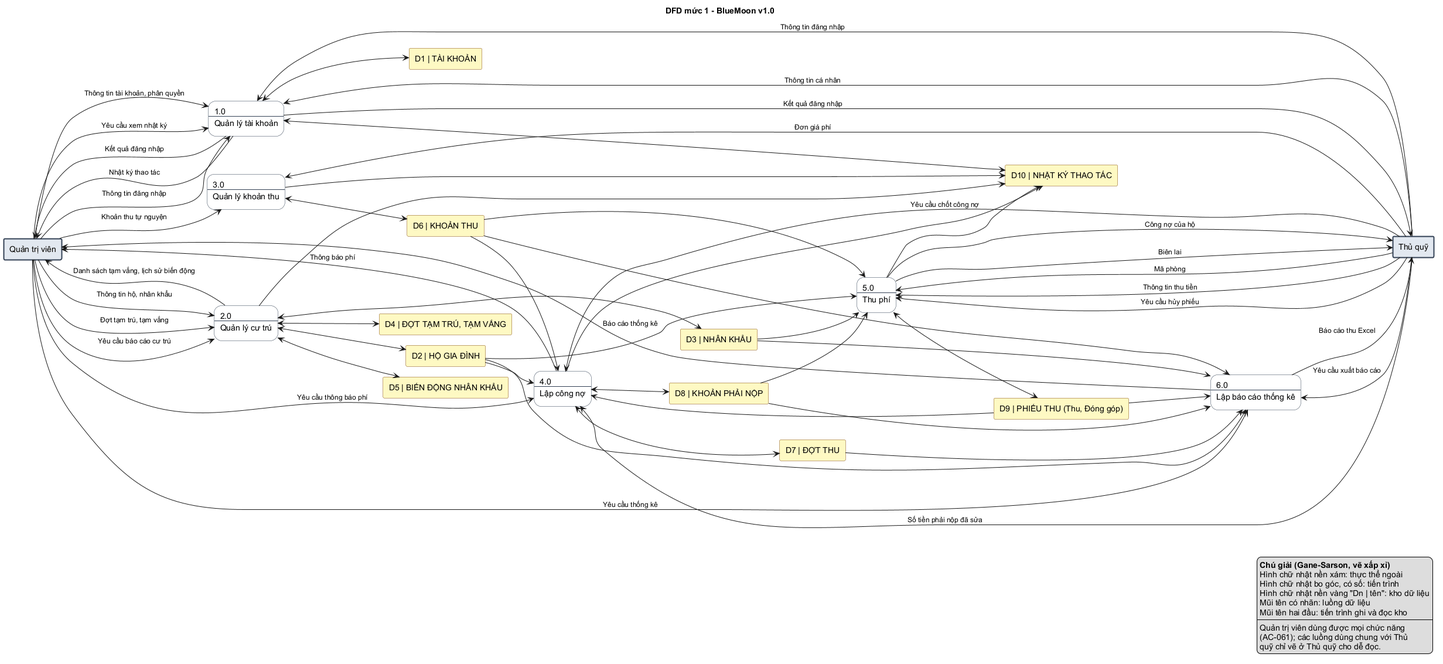
Above: docs/design/so-do/dfd-muc-1.png in khanhdoan4106/IT3180-NMCNPM-GR16-20261 (PlantUML), before the change. Its source is kept beside it as docs/design/so-do/dfd-muc-1.puml.
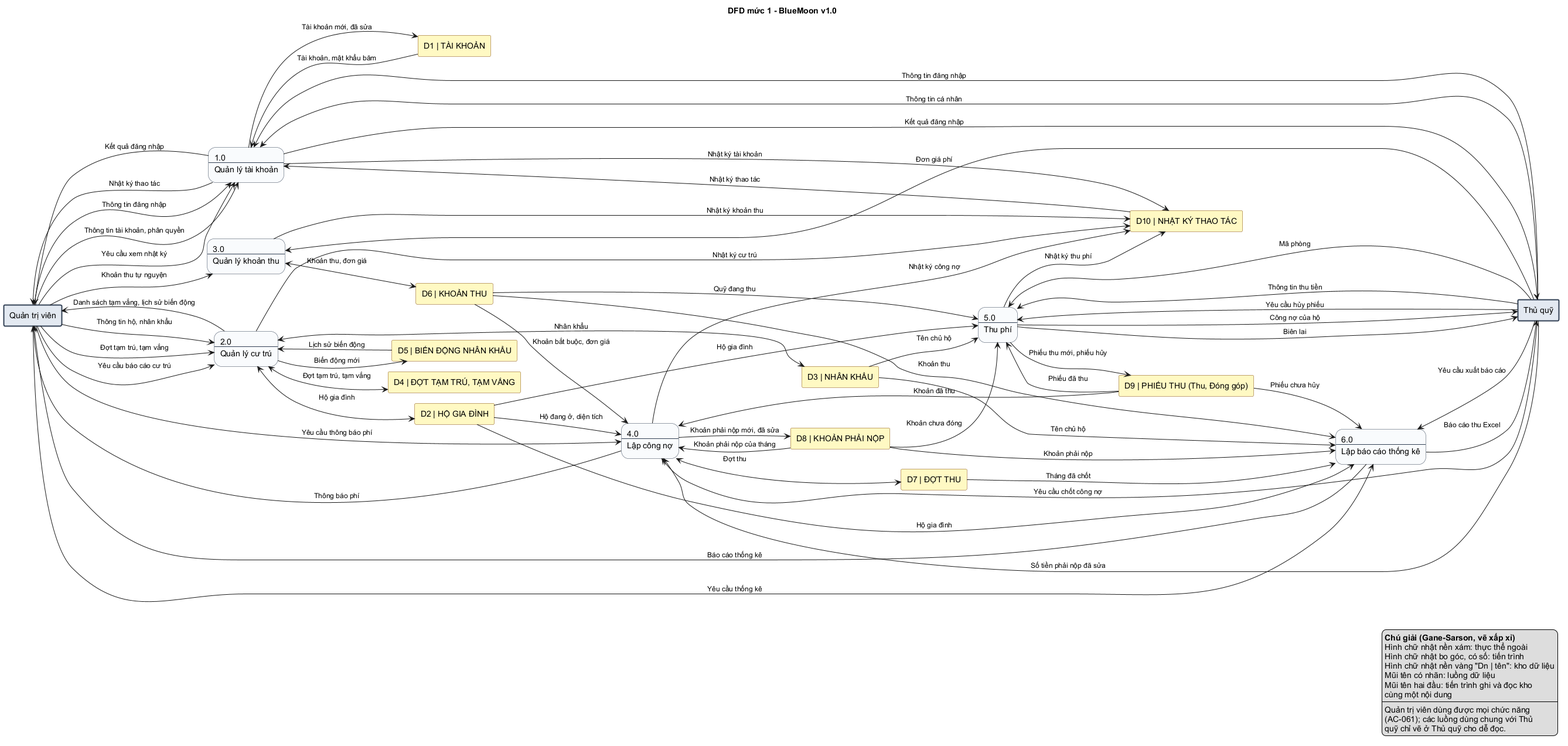
Above is the later version.

Commit message:
docs(so-do): đặt tên luồng kho trong DFD mức 1, cập nhật biểu đồ lớp model

The edit, as a diff of the source:
```diff
@@ -54,57 +54,62 @@
 P1 <-- TQ : Thông tin đăng nhập
 P1 <-- TQ : Thông tin cá nhân
 P1 --> TQ : Kết quả đăng nhập
-P1 <--> D1
-P1 <--> D10
+P1 --> D1 : Tài khoản mới, đã sửa
+D1 --> P1 : Tài khoản, mật khẩu băm
+P1 --> D10 : Nhật ký tài khoản
+D10 --> P1 : Nhật ký thao tác
 
 QT --> P2 : Thông tin hộ, nhân khẩu
 QT --> P2 : Đợt tạm trú, tạm vắng
 QT --> P2 : Yêu cầu báo cáo cư trú
 P2 --> QT : Danh sách tạm vắng, lịch sử biến động
-P2 <--> D2
-P2 <--> D3
-P2 <--> D4
-P2 <--> D5
-P2 --> D10
+P2 <--> D2 : Hộ gia đình
+P2 <--> D3 : Nhân khẩu
+P2 <--> D4 : Đợt tạm trú, tạm vắng
+P2 --> D5 : Biến động mới
+D5 --> P2 : Lịch sử biến động
+P2 --> D10 : Nhật ký cư trú
 
 QT --> P3 : Khoản thu tự nguyện
 P3 <-- TQ : Đơn giá phí
-P3 <--> D6
-P3 --> D10
+P3 <--> D6 : Khoản thu, đơn giá
+P3 --> D10 : Nhật ký khoản thu
 
 QT --> P4 : Yêu cầu thông báo phí
 P4 --> QT : Thông báo phí
 P4 <-- TQ : Yêu cầu chốt công nợ
 P4 <-- TQ : Số tiền phải nộp đã sửa
-D2 --> P4
-D6 --> P4
-P4 <--> D7
-P4 <--> D8
-D9 --> P4
-P4 --> D10
+D2 --> P4 : Hộ đang ở, diện tích
+D6 --> P4 : Khoản bắt buộc, đơn giá
+P4 <--> D7 : Đợt thu
+P4 --> D8 : Khoản phải nộp mới, đã sửa
+D8 --> P4 : Khoản phải nộp của tháng
+D9 --> P4 : Khoản đã thu
+P4 --> D10 : Nhật ký công nợ
 
 P5 <-- TQ : Mã phòng
 P5 <-- TQ : Thông tin thu tiền
 P5 <-- TQ : Yêu cầu hủy phiếu
 P5 --> TQ : Công nợ của hộ
 P5 --> TQ : Biên lai
-D2 --> P5
-D3 --> P5
-D6 --> P5
-D8 --> P5
-P5 <--> D9
-P5 --> D10
+D2 --> P5 : Hộ gia đình
+D3 --> P5 : Tên chủ hộ
+D6 --> P5 : Quỹ đang thu
+D8 --> P5 : Khoản chưa đóng
+P5 --> D9 : Phiếu thu mới, phiếu hủy
+D9 --> P5 : Phiếu đã thu
+P5 --> D10 : Nhật ký thu phí
 
 QT --> P6 : Yêu cầu thống kê
 P6 --> QT : Báo cáo thống kê
 P6 <-- TQ : Yêu cầu xuất báo cáo
 P6 --> TQ : Báo cáo thu Excel
-D2 --> P6
-D3 --> P6
-D6 --> P6
-D7 --> P6
-D8 --> P6
-D9 --> P6
+D2 --> P6 : Hộ gia đình
+D3 --> P6 : Tên chủ hộ
+D6 --> P6 : Khoản thu
+D7 --> P6 : Tháng đã chốt
+D8 --> P6 : Khoản phải nộp
+D9 --> P6 : Phiếu chưa hủy
 
 legend right
   <b>Chú giải (Gane-Sarson, vẽ xấp xỉ)</b>
@@ -113,6 +118,7 @@
   Hình chữ nhật nền vàng "Dn | tên": kho dữ liệu
   Mũi tên có nhãn: luồng dữ liệu
   Mũi tên hai đầu: tiến trình ghi và đọc kho
+  cùng một nội dung
   ----
   Quản trị viên dùng được mọi chức năng
   (AC-061); các luồng dùng chung với Thủ
```
